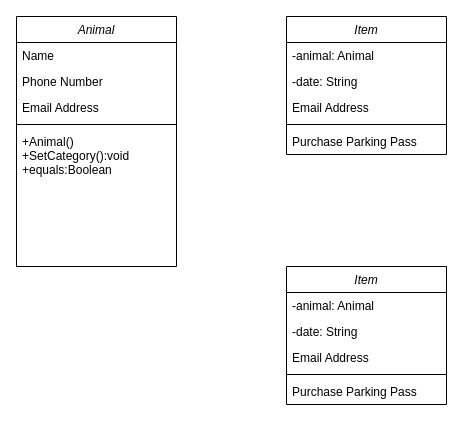
This is Diagram/ Analys_reflektion.drawio from GitoPot/Analys_reflektion, a draw.io file, before an edit. Source tidied: cells renumbered, new cells numbered last; positions are measured from the earlier drawing's top-left corner, leaving out a move shared by most shapes. Both pictures are drawn from the tidied source at 100%, with x=0, y=0 at pixel (16, 16).
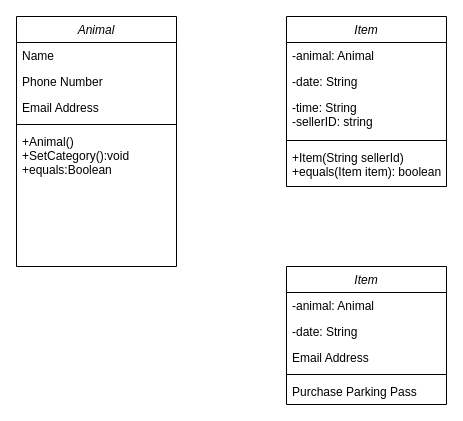
The same diagram, later.

What changed in the source:
```diff
@@
 <mxGraphModel>
   <root>
     <mxCell id="0" />
     <mxCell id="1" parent="0" />
     <mxCell id="2" value="Animal" style="swimlane;fontStyle=2;align=center;verticalAlign=top;horizontal=1;startSize=26;rounded=0;shadow=0;strokeWidth=1;labelBackgroundColor=default;" parent="1" vertex="1">
       <mxGeometry width="160" height="250" as="geometry" />
     </mxCell>
     <mxCell id="3" value="Name" style="text;align=left;verticalAlign=top;spacingLeft=4;spacingRight=4;overflow=hidden;" parent="2" vertex="1">
       <mxGeometry y="26" width="160" height="26" as="geometry" />
     </mxCell>
     <mxCell id="4" value="Phone Number" style="text;align=left;verticalAlign=top;spacingLeft=4;spacingRight=4;overflow=hidden;rounded=0;shadow=0;html=0;" parent="2" vertex="1">
       <mxGeometry y="52" width="160" height="26" as="geometry" />
     </mxCell>
     <mxCell id="5" value="Email Address" style="text;align=left;verticalAlign=top;spacingLeft=4;spacingRight=4;overflow=hidden;rounded=0;shadow=0;html=0;" parent="2" vertex="1">
       <mxGeometry y="78" width="160" height="26" as="geometry" />
     </mxCell>
     <mxCell id="6" style="line;html=1;strokeWidth=1;align=left;verticalAlign=middle;spacingTop=-1;spacingLeft=3;spacingRight=3;labelPosition=right;" parent="2" vertex="1">
       <mxGeometry y="104" width="160" height="8" as="geometry" />
     </mxCell>
     <mxCell id="7" value="+Animal()&#10;+SetCategory():void&#10;+equals:Boolean&#10;" style="text;align=left;verticalAlign=top;spacingLeft=4;spacingRight=4;overflow=hidden;" parent="2" vertex="1">
       <mxGeometry y="112" width="160" height="138" as="geometry" />
     </mxCell>
     <mxCell id="8" value="Item" style="swimlane;fontStyle=2;align=center;verticalAlign=top;horizontal=1;startSize=26;rounded=0;shadow=0;strokeWidth=1;" parent="1" vertex="1">
-      <mxGeometry x="270" width="160" height="138" as="geometry" />
+      <mxGeometry x="270" width="160" height="170" as="geometry" />
     </mxCell>
     <mxCell id="9" value="-animal: Animal" style="text;align=left;verticalAlign=top;spacingLeft=4;spacingRight=4;overflow=hidden;" parent="8" vertex="1">
       <mxGeometry y="26" width="160" height="26" as="geometry" />
     </mxCell>
     <mxCell id="10" value="-date: String" style="text;align=left;verticalAlign=top;spacingLeft=4;spacingRight=4;overflow=hidden;rounded=0;shadow=0;html=0;" parent="8" vertex="1">
       <mxGeometry y="52" width="160" height="26" as="geometry" />
     </mxCell>
-    <mxCell id="11" value="Email Address" style="text;align=left;verticalAlign=top;spacingLeft=4;spacingRight=4;overflow=hidden;rounded=0;shadow=0;html=0;" parent="8" vertex="1">
-      <mxGeometry y="78" width="160" height="26" as="geometry" />
+    <mxCell id="11" value="-time: String&#10;-sellerID: string&#10;" style="text;align=left;verticalAlign=top;spacingLeft=4;spacingRight=4;overflow=hidden;rounded=0;shadow=0;html=0;" parent="8" vertex="1">
+      <mxGeometry y="78" width="160" height="42" as="geometry" />
     </mxCell>
     <mxCell id="12" style="line;html=1;strokeWidth=1;align=left;verticalAlign=middle;spacingTop=-1;spacingLeft=3;spacingRight=3;labelPosition=right;" parent="8" vertex="1">
-      <mxGeometry y="104" width="160" height="8" as="geometry" />
+      <mxGeometry y="120" width="160" height="8" as="geometry" />
     </mxCell>
-    <mxCell id="13" value="Purchase Parking Pass" style="text;align=left;verticalAlign=top;spacingLeft=4;spacingRight=4;overflow=hidden;" parent="8" vertex="1">
-      <mxGeometry y="112" width="160" height="26" as="geometry" />
+    <mxCell id="13" value="+Item(String sellerId)&#10;+equals(Item item): boolean" style="text;align=left;verticalAlign=top;spacingLeft=4;spacingRight=4;overflow=hidden;" parent="8" vertex="1">
+      <mxGeometry y="128" width="160" height="42" as="geometry" />
     </mxCell>
     <mxCell id="14" value="Item" style="swimlane;fontStyle=2;align=center;verticalAlign=top;horizontal=1;startSize=26;rounded=0;shadow=0;strokeWidth=1;" parent="1" vertex="1">
       <mxGeometry x="270" y="250" width="160" height="138" as="geometry" />
     </mxCell>
     <mxCell id="15" value="-animal: Animal" style="text;align=left;verticalAlign=top;spacingLeft=4;spacingRight=4;overflow=hidden;" parent="14" vertex="1">
       <mxGeometry y="26" width="160" height="26" as="geometry" />
     </mxCell>
     <mxCell id="16" value="-date: String" style="text;align=left;verticalAlign=top;spacingLeft=4;spacingRight=4;overflow=hidden;rounded=0;shadow=0;html=0;" parent="14" vertex="1">
       <mxGeometry y="52" width="160" height="26" as="geometry" />
     </mxCell>
     <mxCell id="17" value="Email Address" style="text;align=left;verticalAlign=top;spacingLeft=4;spacingRight=4;overflow=hidden;rounded=0;shadow=0;html=0;" parent="14" vertex="1">
       <mxGeometry y="78" width="160" height="26" as="geometry" />
     </mxCell>
     <mxCell id="18" style="line;html=1;strokeWidth=1;align=left;verticalAlign=middle;spacingTop=-1;spacingLeft=3;spacingRight=3;labelPosition=right;" parent="14" vertex="1">
       <mxGeometry y="104" width="160" height="8" as="geometry" />
     </mxCell>
     <mxCell id="19" value="Purchase Parking Pass" style="text;align=left;verticalAlign=top;spacingLeft=4;spacingRight=4;overflow=hidden;" parent="14" vertex="1">
       <mxGeometry y="112" width="160" height="26" as="geometry" />
     </mxCell>
   </root>
 </mxGraphModel>
```
